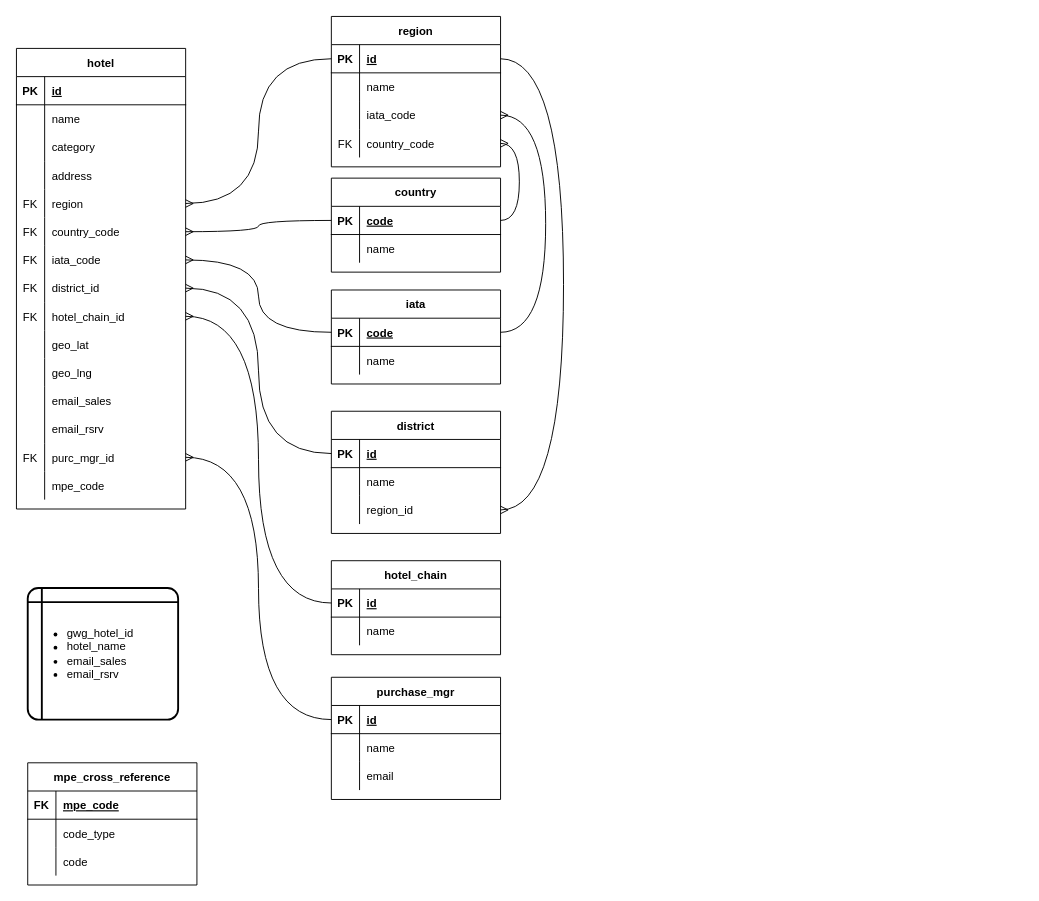
This is hotels_master_list.drawio from justivan/drawio-diagrams, a draw.io file, before an edit. Source tidied: cells renumbered, new cells numbered last; positions are measured from the earlier drawing's top-left corner, leaving out a move shared by most shapes. Both pictures are drawn from the tidied source at 94%, with x=0, y=0 at pixel (16, 16).
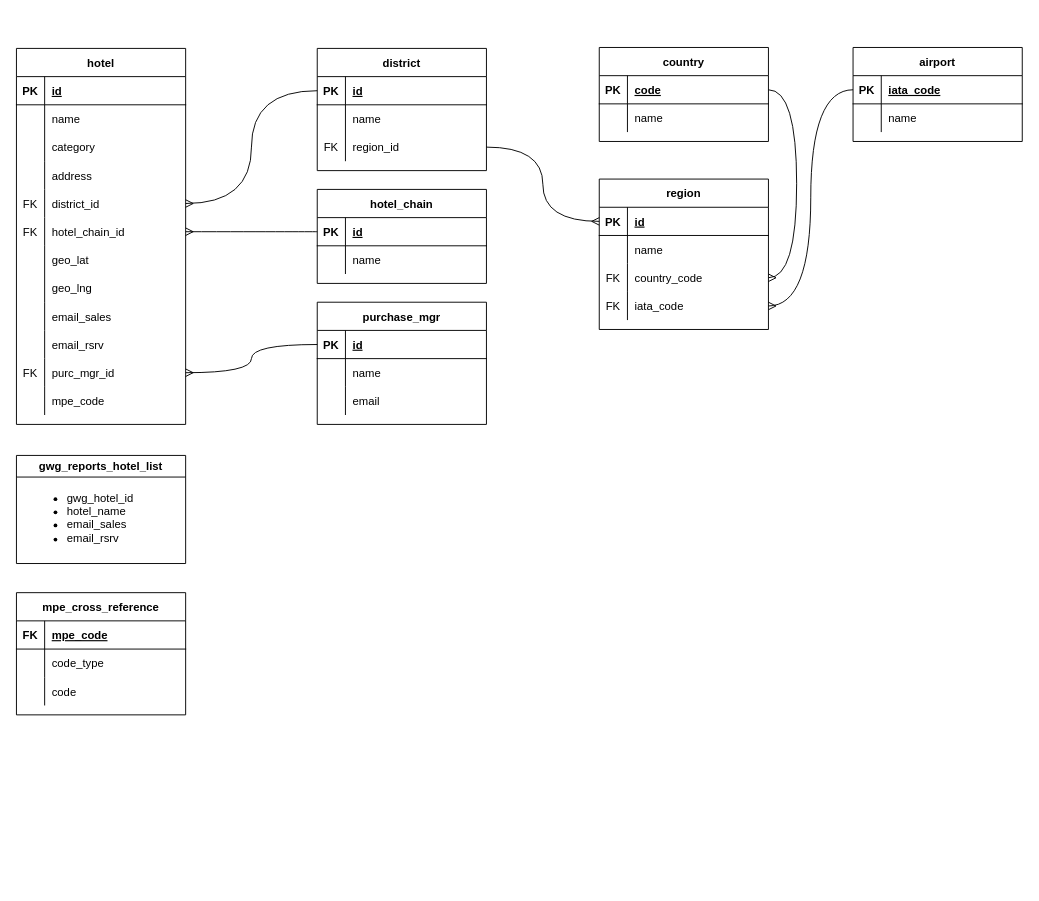
The same page after the edit.

Unchanged cells that the change refers to:
```xml
<mxCell id="50" style="shape=tableRow;horizontal=0;startSize=0;swimlaneHead=0;swimlaneBody=0;fillColor=none;points=[[0,0.5],[1,0.5]];portConstraint=eastwest;top=0;left=0;right=0;bottom=1;" parent="49" vertex="1">
  <mxGeometry y="30" width="180" height="30" as="geometry" />
</mxCell>
<mxCell id="83" style="shape=tableRow;horizontal=0;startSize=0;swimlaneHead=0;swimlaneBody=0;fillColor=none;points=[[0,0.5],[1,0.5]];portConstraint=eastwest;top=0;left=0;right=0;bottom=0;" parent="76" vertex="1">
  <mxGeometry y="90" width="180" height="30" as="geometry" />
</mxCell>
<mxCell id="88" style="shape=tableRow;horizontal=0;startSize=0;swimlaneHead=0;swimlaneBody=0;fillColor=none;points=[[0,0.5],[1,0.5]];portConstraint=eastwest;top=0;left=0;right=0;bottom=1;" parent="87" vertex="1">
  <mxGeometry y="30" width="180" height="30" as="geometry" />
</mxCell>
<mxCell id="106" style="shape=tableRow;horizontal=0;startSize=0;swimlaneHead=0;swimlaneBody=0;fillColor=none;points=[[0,0.5],[1,0.5]];portConstraint=eastwest;top=0;left=0;right=0;bottom=1;" parent="105" vertex="1">
  <mxGeometry y="30" width="180" height="30" as="geometry" />
</mxCell>
```

What changed in the source:
```diff
@@
     <mxCell id="2" value="hotel" style="shape=table;startSize=30;childLayout=tableLayout;rowLines=0;fontStyle=1;align=center;" parent="1" vertex="1">
-      <mxGeometry y="34" width="180" height="490" as="geometry" />
+      <mxGeometry y="34" width="180" height="400" as="geometry" />
     </mxCell>
@@
-    <mxCell id="15" style="shape=tableRow;horizontal=0;startSize=0;swimlaneHead=0;swimlaneBody=0;fillColor=none;points=[[0,0.5],[1,0.5]];portConstraint=eastwest;top=0;left=0;right=0;bottom=0;" parent="2" vertex="1">
-      <mxGeometry y="150" width="180" height="30" as="geometry" />
-    </mxCell>
-    <mxCell id="16" value="FK" style="shape=partialRectangle;fillColor=none;top=0;left=0;bottom=0;right=0;overflow=hidden;" parent="15" vertex="1">
-      <mxGeometry width="30" height="30" as="geometry" />
-    </mxCell>
-    <mxCell id="17" value="region" style="shape=partialRectangle;fillColor=none;top=0;left=0;bottom=0;right=0;align=left;spacingLeft=6;overflow=hidden;" parent="15" vertex="1">
-      <mxGeometry x="30" width="150" height="30" as="geometry" />
-    </mxCell>
-    <mxCell id="18" style="shape=tableRow;horizontal=0;startSize=0;swimlaneHead=0;swimlaneBody=0;fillColor=none;points=[[0,0.5],[1,0.5]];portConstraint=eastwest;top=0;left=0;right=0;bottom=0;" parent="2" vertex="1">
-      <mxGeometry y="180" width="180" height="30" as="geometry" />
-    </mxCell>
-    <mxCell id="19" value="FK" style="shape=partialRectangle;fillColor=none;top=0;left=0;bottom=0;right=0;overflow=hidden;" parent="18" vertex="1">
-      <mxGeometry width="30" height="30" as="geometry" />
-    </mxCell>
-    <mxCell id="20" value="country_code" style="shape=partialRectangle;fillColor=none;top=0;left=0;bottom=0;right=0;align=left;spacingLeft=6;overflow=hidden;" parent="18" vertex="1">
-      <mxGeometry x="30" width="150" height="30" as="geometry" />
-    </mxCell>
-    <mxCell id="21" style="shape=tableRow;horizontal=0;startSize=0;swimlaneHead=0;swimlaneBody=0;fillColor=none;points=[[0,0.5],[1,0.5]];portConstraint=eastwest;top=0;left=0;right=0;bottom=0;" parent="2" vertex="1">
-      <mxGeometry y="210" width="180" height="30" as="geometry" />
-    </mxCell>
-    <mxCell id="22" value="FK" style="shape=partialRectangle;fillColor=none;top=0;left=0;bottom=0;right=0;overflow=hidden;" parent="21" vertex="1">
-      <mxGeometry width="30" height="30" as="geometry" />
-    </mxCell>
-    <mxCell id="23" value="iata_code" style="shape=partialRectangle;fillColor=none;top=0;left=0;bottom=0;right=0;align=left;spacingLeft=6;overflow=hidden;" parent="21" vertex="1">
-      <mxGeometry x="30" width="150" height="30" as="geometry" />
-    </mxCell>
     <mxCell id="24" style="shape=tableRow;horizontal=0;startSize=0;swimlaneHead=0;swimlaneBody=0;fillColor=none;points=[[0,0.5],[1,0.5]];portConstraint=eastwest;top=0;left=0;right=0;bottom=0;" parent="2" vertex="1">
-      <mxGeometry y="240" width="180" height="30" as="geometry" />
+      <mxGeometry y="150" width="180" height="30" as="geometry" />
     </mxCell>
@@
     <mxCell id="27" style="shape=tableRow;horizontal=0;startSize=0;swimlaneHead=0;swimlaneBody=0;fillColor=none;points=[[0,0.5],[1,0.5]];portConstraint=eastwest;top=0;left=0;right=0;bottom=0;" parent="2" vertex="1">
-      <mxGeometry y="270" width="180" height="30" as="geometry" />
+      <mxGeometry y="180" width="180" height="30" as="geometry" />
     </mxCell>
@@
     <mxCell id="30" style="shape=tableRow;horizontal=0;startSize=0;swimlaneHead=0;swimlaneBody=0;fillColor=none;top=0;left=0;right=0;bottom=0;" parent="2" vertex="1">
-      <mxGeometry y="300" width="180" height="30" as="geometry" />
+      <mxGeometry y="210" width="180" height="30" as="geometry" />
     </mxCell>
@@
     <mxCell id="33" style="shape=tableRow;horizontal=0;startSize=0;swimlaneHead=0;swimlaneBody=0;fillColor=none;top=0;left=0;right=0;bottom=0;" parent="2" vertex="1">
-      <mxGeometry y="330" width="180" height="30" as="geometry" />
+      <mxGeometry y="240" width="180" height="30" as="geometry" />
     </mxCell>
@@
     <mxCell id="36" style="shape=tableRow;horizontal=0;startSize=0;swimlaneHead=0;swimlaneBody=0;fillColor=none;top=0;left=0;right=0;bottom=0;" parent="2" vertex="1">
-      <mxGeometry y="360" width="180" height="30" as="geometry" />
+      <mxGeometry y="270" width="180" height="30" as="geometry" />
     </mxCell>
@@
     <mxCell id="39" style="shape=tableRow;horizontal=0;startSize=0;swimlaneHead=0;swimlaneBody=0;fillColor=none;top=0;left=0;right=0;bottom=0;" parent="2" vertex="1">
-      <mxGeometry y="390" width="180" height="30" as="geometry" />
+      <mxGeometry y="300" width="180" height="30" as="geometry" />
     </mxCell>
@@
     <mxCell id="42" style="shape=tableRow;horizontal=0;startSize=0;swimlaneHead=0;swimlaneBody=0;fillColor=none;points=[[0,0.5],[1,0.5]];portConstraint=eastwest;top=0;left=0;right=0;bottom=0;" parent="2" vertex="1">
-      <mxGeometry y="420" width="180" height="30" as="geometry" />
+      <mxGeometry y="330" width="180" height="30" as="geometry" />
     </mxCell>
@@
     <mxCell id="45" style="shape=tableRow;horizontal=0;startSize=0;swimlaneHead=0;swimlaneBody=0;fillColor=none;top=0;left=0;right=0;bottom=0;" parent="2" vertex="1">
-      <mxGeometry y="450" width="180" height="30" as="geometry" />
+      <mxGeometry y="360" width="180" height="30" as="geometry" />
     </mxCell>
@@
-    <mxCell id="48" value="&lt;ul&gt;&lt;li&gt;gwg_hotel_id&lt;/li&gt;&lt;li&gt;hotel_name&lt;/li&gt;&lt;li&gt;email_sales&lt;/li&gt;&lt;li&gt;email_rsrv&lt;/li&gt;&lt;/ul&gt;" style="shape=internalStorage;whiteSpace=wrap;html=1;dx=15;dy=15;rounded=1;arcSize=8;strokeWidth=2;align=left;" parent="1" vertex="1">
-      <mxGeometry x="12" y="608" width="160" height="140" as="geometry" />
-    </mxCell>
     <mxCell id="49" value="country" style="shape=table;startSize=30;childLayout=tableLayout;rowLines=0;fontStyle=1;align=center;" parent="1" vertex="1">
-      <mxGeometry x="335" y="172" width="180" height="100" as="geometry" />
+      <mxGeometry x="620" y="33" width="180" height="100" as="geometry" />
     </mxCell>
@@
-    <mxCell id="56" style="edgeStyle=orthogonalEdgeStyle;html=1;entryX=1;entryY=0.5;entryDx=0;entryDy=0;exitX=0;exitY=0.5;exitDx=0;exitDy=0;endArrow=ERmany;endFill=0;elbow=vertical;curved=1;" parent="1" edge="1" source="50" target="18">
-      <mxGeometry relative="1" as="geometry" />
-    </mxCell>
     <mxCell id="57" value="purchase_mgr" style="shape=table;startSize=30;childLayout=tableLayout;rowLines=0;fontStyle=1;align=center;" parent="1" vertex="1">
-      <mxGeometry x="335" y="703" width="180" height="130" as="geometry" />
+      <mxGeometry x="320" y="304" width="180" height="130" as="geometry" />
     </mxCell>
@@
     <mxCell id="68" value="hotel_chain" style="shape=table;startSize=30;childLayout=tableLayout;rowLines=0;fontStyle=1;align=center;" parent="1" vertex="1">
-      <mxGeometry x="335" y="579" width="180" height="100" as="geometry" />
+      <mxGeometry x="320" y="184" width="180" height="100" as="geometry" />
     </mxCell>
@@
     <mxCell id="76" value="district" style="shape=table;startSize=30;childLayout=tableLayout;rowLines=0;fontStyle=1;align=center;" parent="1" vertex="1">
-      <mxGeometry x="335" y="420" width="180" height="130" as="geometry" />
+      <mxGeometry x="320" y="34" width="180" height="130" as="geometry" />
     </mxCell>
@@
-    <mxCell id="84" style="shape=partialRectangle;fillColor=none;top=0;left=0;bottom=0;right=0;overflow=hidden;" parent="83" vertex="1">
+    <mxCell id="84" value="FK" style="shape=partialRectangle;fillColor=none;top=0;left=0;bottom=0;right=0;overflow=hidden;" parent="83" vertex="1">
       <mxGeometry width="30" height="30" as="geometry" />
     </mxCell>
@@
     <mxCell id="87" value="region" style="shape=table;startSize=30;childLayout=tableLayout;rowLines=0;fontStyle=1;align=center;" parent="1" vertex="1">
-      <mxGeometry x="335" width="180" height="160" as="geometry" />
+      <mxGeometry x="620" y="173" width="180" height="160" as="geometry" />
     </mxCell>
@@
-    <mxCell id="94" style="shape=tableRow;horizontal=0;startSize=0;swimlaneHead=0;swimlaneBody=0;fillColor=none;points=[[0,0.5],[1,0.5]];portConstraint=eastwest;top=0;left=0;right=0;bottom=0;" parent="87" vertex="1">
-      <mxGeometry y="90" width="180" height="30" as="geometry" />
-    </mxCell>
-    <mxCell id="95" style="shape=partialRectangle;fillColor=none;top=0;left=0;bottom=0;right=0;overflow=hidden;" parent="94" vertex="1">
-      <mxGeometry width="30" height="30" as="geometry" />
-    </mxCell>
-    <mxCell id="96" value="iata_code" style="shape=partialRectangle;fillColor=none;top=0;left=0;bottom=0;right=0;align=left;spacingLeft=6;overflow=hidden;" parent="94" vertex="1">
-      <mxGeometry x="30" width="150" height="30" as="geometry" />
-    </mxCell>
     <mxCell id="97" style="shape=tableRow;horizontal=0;startSize=0;swimlaneHead=0;swimlaneBody=0;fillColor=none;points=[[0,0.5],[1,0.5]];portConstraint=eastwest;top=0;left=0;right=0;bottom=0;" parent="87" vertex="1">
-      <mxGeometry y="120" width="180" height="30" as="geometry" />
+      <mxGeometry y="90" width="180" height="30" as="geometry" />
     </mxCell>
@@
+    <mxCell id="123" style="shape=tableRow;horizontal=0;startSize=0;swimlaneHead=0;swimlaneBody=0;fillColor=none;points=[[0,0.5],[1,0.5]];portConstraint=eastwest;top=0;left=0;right=0;bottom=0;" parent="87" vertex="1">
+      <mxGeometry y="120" width="180" height="30" as="geometry" />
+    </mxCell>
+    <mxCell id="124" value="FK" style="shape=partialRectangle;fillColor=none;top=0;left=0;bottom=0;right=0;overflow=hidden;" parent="123" vertex="1">
+      <mxGeometry width="30" height="30" as="geometry" />
+    </mxCell>
+    <mxCell id="125" value="iata_code" style="shape=partialRectangle;fillColor=none;top=0;left=0;bottom=0;right=0;align=left;spacingLeft=6;overflow=hidden;" parent="123" vertex="1">
+      <mxGeometry x="30" width="150" height="30" as="geometry" />
+    </mxCell>
     <mxCell id="100" style="edgeStyle=orthogonalEdgeStyle;curved=1;rounded=0;jettySize=auto;html=1;exitX=1;exitY=0.5;exitDx=0;exitDy=0;endArrow=ERmany;endFill=0;elbow=vertical;entryX=1;entryY=0.5;entryDx=0;entryDy=0;" parent="1" edge="1" source="50" target="97">
-      <mxGeometry relative="1" as="geometry" />
+      <mxGeometry relative="1" as="geometry">
+        <Array as="points">
+          <mxPoint x="830" y="78" />
+          <mxPoint x="830" y="278" />
+        </Array>
+      </mxGeometry>
     </mxCell>
-    <mxCell id="101" style="edgeStyle=orthogonalEdgeStyle;curved=1;rounded=0;jettySize=auto;html=1;exitX=0;exitY=0.5;exitDx=0;exitDy=0;entryX=1;entryY=0.5;entryDx=0;entryDy=0;endArrow=ERmany;endFill=0;elbow=vertical;" parent="1" edge="1" source="88" target="15">
-      <mxGeometry relative="1" as="geometry" />
-    </mxCell>
@@
-    <mxCell id="103" style="edgeStyle=orthogonalEdgeStyle;curved=1;rounded=0;jettySize=auto;html=1;exitX=1;exitY=0.5;exitDx=0;exitDy=0;entryX=1;entryY=0.5;entryDx=0;entryDy=0;endArrow=ERmany;endFill=0;elbow=vertical;" parent="1" edge="1" source="88" target="83">
-      <mxGeometry relative="1" as="geometry">
-        <Array as="points">
-          <mxPoint x="582" y="45" />
-          <mxPoint x="582" y="525" />
-        </Array>
-      </mxGeometry>
-    </mxCell>
-    <mxCell id="104" style="edgeStyle=orthogonalEdgeStyle;curved=1;rounded=0;jettySize=auto;html=1;exitX=0;exitY=0.5;exitDx=0;exitDy=0;entryX=1;entryY=0.5;entryDx=0;entryDy=0;endArrow=ERmany;endFill=0;elbow=vertical;" parent="1" edge="1" source="106" target="21">
-      <mxGeometry relative="1" as="geometry" />
-    </mxCell>
-    <mxCell id="105" value="iata" style="shape=table;startSize=30;childLayout=tableLayout;rowLines=0;fontStyle=1;align=center;" parent="1" vertex="1">
-      <mxGeometry x="335" y="291" width="180" height="100" as="geometry" />
+    <mxCell id="105" value="airport" style="shape=table;startSize=30;childLayout=tableLayout;rowLines=0;fontStyle=1;align=center;" parent="1" vertex="1">
+      <mxGeometry x="890" y="33" width="180" height="100" as="geometry" />
     </mxCell>
@@
-    <mxCell id="108" value="code" style="shape=partialRectangle;fillColor=none;top=0;left=0;bottom=0;right=0;align=left;spacingLeft=6;fontStyle=5;overflow=hidden;" parent="106" vertex="1">
+    <mxCell id="108" value="iata_code" style="shape=partialRectangle;fillColor=none;top=0;left=0;bottom=0;right=0;align=left;spacingLeft=6;fontStyle=5;overflow=hidden;" parent="106" vertex="1">
       <mxGeometry x="30" width="150" height="30" as="geometry" />
     </mxCell>
@@
-    <mxCell id="112" style="edgeStyle=orthogonalEdgeStyle;rounded=0;jettySize=auto;html=1;exitX=1;exitY=0.5;exitDx=0;exitDy=0;entryX=1;entryY=0.5;entryDx=0;entryDy=0;endArrow=ERmany;endFill=0;curved=1;" parent="1" edge="1" source="106" target="94">
+    <mxCell id="112" style="edgeStyle=orthogonalEdgeStyle;rounded=0;jettySize=auto;html=1;exitX=1;exitY=0.5;exitDx=0;exitDy=0;entryX=1;entryY=0.5;entryDx=0;entryDy=0;endArrow=ERmany;endFill=0;curved=1;" parent="1" edge="1" source="106">
       <mxGeometry relative="1" as="geometry">
         <Array as="points">
-          <mxPoint x="563" y="336" />
-          <mxPoint x="563" y="105" />
+          <mxPoint x="563" y="369" />
+          <mxPoint x="563" y="138" />
         </Array>
       </mxGeometry>
     </mxCell>
     <mxCell id="113" value="mpe_cross_reference" style="shape=table;startSize=30;childLayout=tableLayout;rowLines=0;fontStyle=1;align=center;" parent="1" vertex="1">
-      <mxGeometry x="12" y="794" width="180" height="130" as="geometry" />
+      <mxGeometry y="613" width="180" height="130" as="geometry" />
     </mxCell>
@@
+    <mxCell id="126" value="gwg_reports_hotel_list" style="swimlane;labelBackgroundColor=default;swimlaneFillColor=none;gradientColor=none;" parent="1" vertex="1">
+      <mxGeometry y="467" width="180" height="115" as="geometry" />
+    </mxCell>
+    <mxCell id="48" value="&lt;ul&gt;&lt;li&gt;gwg_hotel_id&lt;/li&gt;&lt;li&gt;hotel_name&lt;/li&gt;&lt;li&gt;email_sales&lt;/li&gt;&lt;li&gt;email_rsrv&lt;/li&gt;&lt;/ul&gt;" style="text;strokeColor=none;fillColor=none;html=1;whiteSpace=wrap;verticalAlign=middle;overflow=hidden;" parent="126" vertex="1">
+      <mxGeometry x="12" y="24" width="158" height="80" as="geometry" />
+    </mxCell>
+    <mxCell id="127" style="edgeStyle=orthogonalEdgeStyle;curved=1;rounded=0;jettySize=auto;html=1;entryX=1;entryY=0.5;entryDx=0;entryDy=0;endArrow=ERmany;endFill=0;" parent="1" edge="1" source="106" target="123">
+      <mxGeometry relative="1" as="geometry" />
+    </mxCell>
+    <mxCell id="128" style="edgeStyle=orthogonalEdgeStyle;curved=1;rounded=0;jettySize=auto;html=1;entryX=0;entryY=0.5;entryDx=0;entryDy=0;endArrow=ERmany;endFill=0;" parent="1" edge="1" source="83" target="88">
+      <mxGeometry relative="1" as="geometry" />
+    </mxCell>
```
